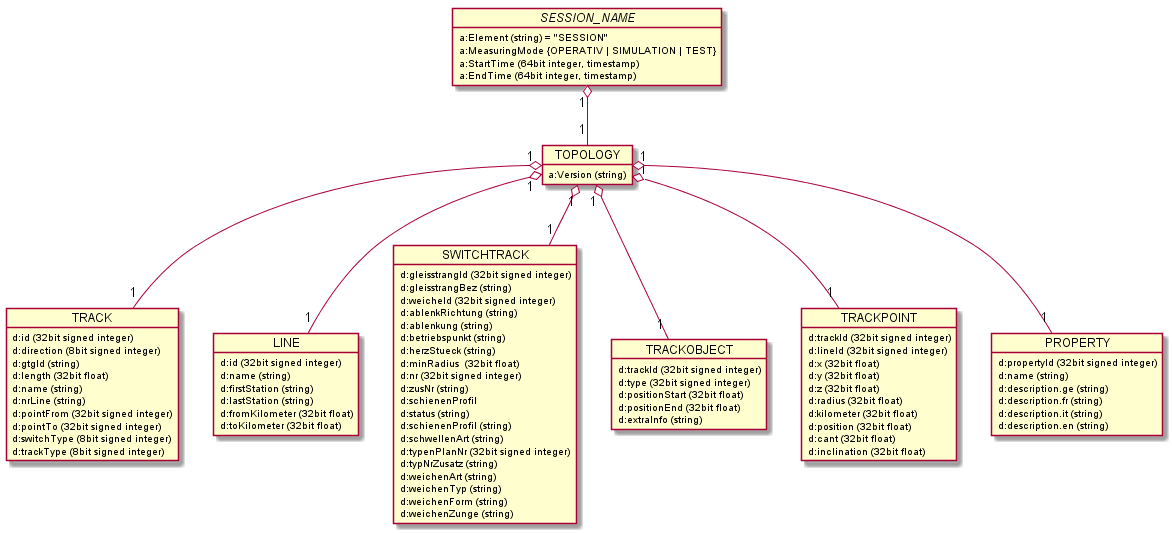
Earlier version of the PlantUML export images/generated/RCM_DX_Topology_overview.png (OpenRailAssociation/rcm-dx).
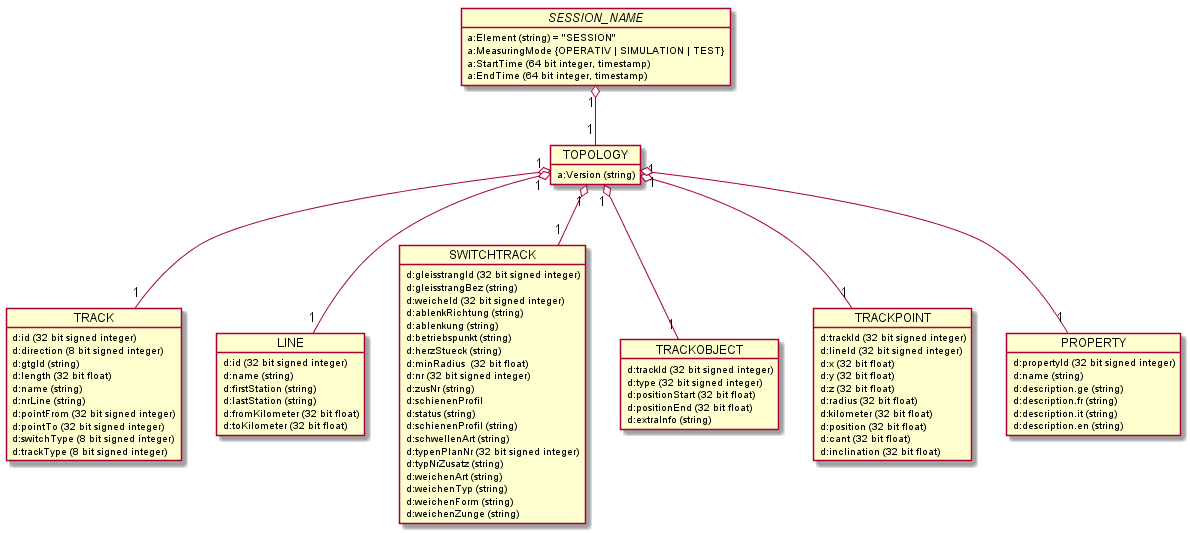
After the change.

Change to the diagram source:
```diff
@@ -3,8 +3,8 @@
   object "//SESSION_NAME//" as session_name {
     a:Element (string) = "SESSION"
     a:MeasuringMode {OPERATIV | SIMULATION | TEST}
-    a:StartTime (64bit integer, timestamp)
-    a:EndTime (64bit integer, timestamp)
+    a:StartTime (64 bit integer, timestamp)
+    a:EndTime (64 bit integer, timestamp)
   }
 
   object TOPOLOGY {
@@ -12,43 +12,43 @@
   }
 
   object TRACK {
-    d:id (32bit signed integer)
-    d:direction (8bit signed integer)
+    d:id (32 bit signed integer)
+    d:direction (8 bit signed integer)
     d:gtgId (string)
-    d:length (32bit float)
+    d:length (32 bit float)
     d:name (string)
     d:nrLine (string)
-    d:pointFrom (32bit signed integer)
-    d:pointTo (32bit signed integer)
-    d:switchType (8bit signed integer)
-    d:trackType (8bit signed integer)
+    d:pointFrom (32 bit signed integer)
+    d:pointTo (32 bit signed integer)
+    d:switchType (8 bit signed integer)
+    d:trackType (8 bit signed integer)
   }
 
   object LINE {
-    d:id (32bit signed integer)
+    d:id (32 bit signed integer)
     d:name (string)
     d:firstStation (string)
     d:lastStation (string)
-    d:fromKilometer (32bit float)
-    d:toKilometer (32bit float)
+    d:fromKilometer (32 bit float)
+    d:toKilometer (32 bit float)
   }
 
   object SWITCHTRACK {
-    d:gleisstrangId (32bit signed integer)
+    d:gleisstrangId (32 bit signed integer)
     d:gleisstrangBez (string)
-    d:weicheId (32bit signed integer)
+    d:weicheId (32 bit signed integer)
     d:ablenkRichtung (string)
     d:ablenkung (string)
     d:betriebspunkt (string)
     d:herzStueck (string)
-    d:minRadius  (32bit float)
-    d:nr (32bit signed integer)
+    d:minRadius  (32 bit float)
+    d:nr (32 bit signed integer)
     d:zusNr (string)
     d:schienenProfil
     d:status (string)
     d:schienenProfil (string)
     d:schwellenArt (string)
-    d:typenPlanNr (32bit signed integer)
+    d:typenPlanNr (32 bit signed integer)
     d:typNrZusatz (string)
     d:weichenArt (string)
     d:weichenTyp (string)
@@ -57,28 +57,28 @@
   }
 
   object TRACKOBJECT {
-    d:trackId (32bit signed integer)
-    d:type (32bit signed integer)
-    d:positionStart (32bit float)
-    d:positionEnd (32bit float)
+    d:trackId (32 bit signed integer)
+    d:type (32 bit signed integer)
+    d:positionStart (32 bit float)
+    d:positionEnd (32 bit float)
     d:extraInfo (string)
   }
 
   object TRACKPOINT {
-    d:trackId (32bit signed integer)
-    d:lineId (32bit signed integer)
-    d:x (32bit float)
-    d:y (32bit float)
-    d:z (32bit float)
-    d:radius (32bit float)
-    d:kilometer (32bit float)
-    d:position (32bit float)
-    d:cant (32bit float)
-    d:inclination (32bit float)
+    d:trackId (32 bit signed integer)
+    d:lineId (32 bit signed integer)
+    d:x (32 bit float)
+    d:y (32 bit float)
+    d:z (32 bit float)
+    d:radius (32 bit float)
+    d:kilometer (32 bit float)
+    d:position (32 bit float)
+    d:cant (32 bit float)
+    d:inclination (32 bit float)
   }
 
   object PROPERTY {
-    d:propertyId (32bit signed integer)
+    d:propertyId (32 bit signed integer)
     d:name (string)
     d:description.ge (string)
     d:description.fr (string)
```
